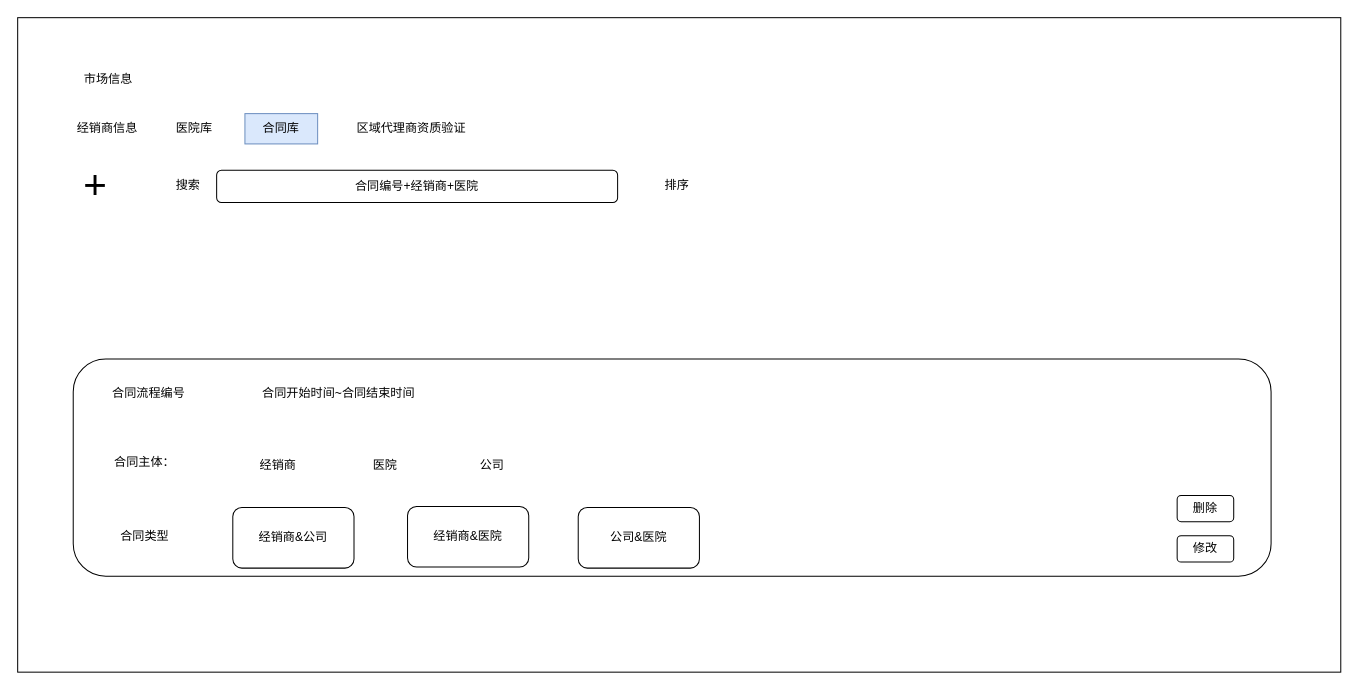
Before: page "合同库" (3 of 6) of 泰加市场.drawio in cangwang/news, a draw.io diagram. Source tidied: cells renumbered, new cells numbered last; positions are measured from the earlier drawing's top-left corner, leaving out a move shared by most shapes. Both pictures are drawn from the tidied source at 101%, with x=0, y=0 at pixel (17, 17).
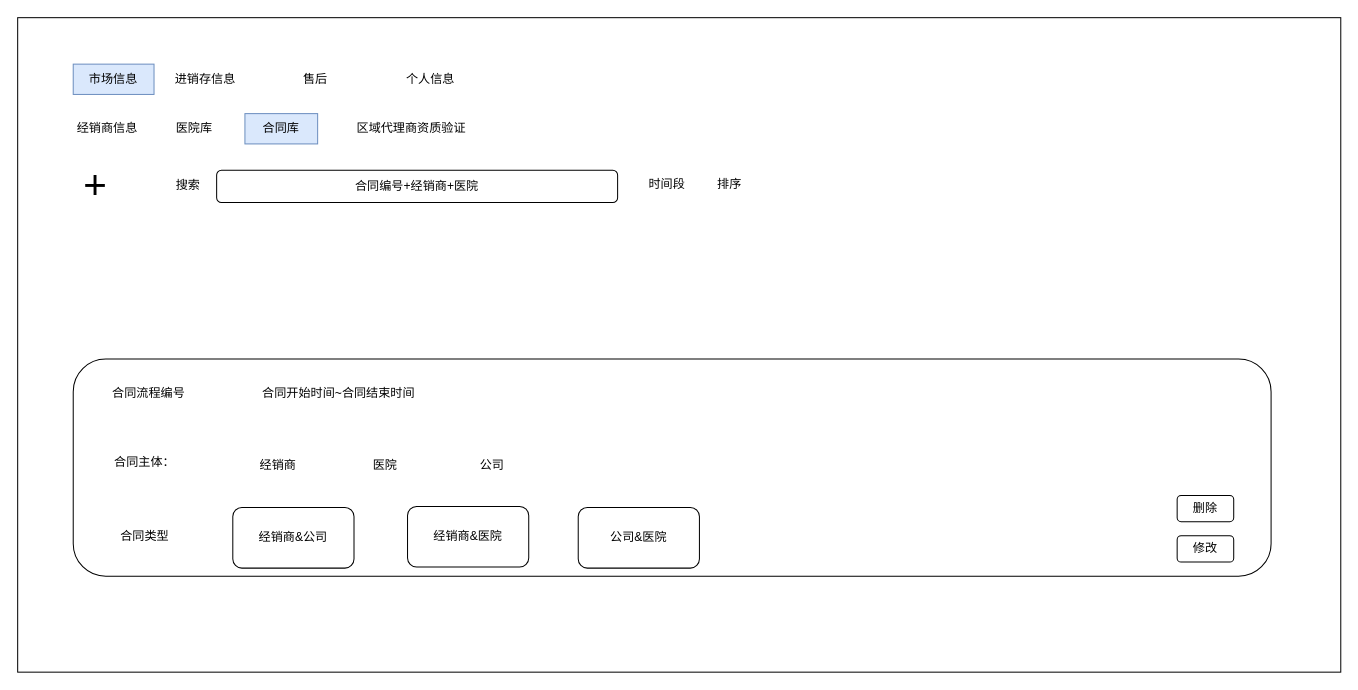
The same page after the edit.

The edit, as a diff of the source:
```diff
@@
-    <mxCell id="3" value="市场信息" style="text;html=1;strokeColor=none;fillColor=none;align=center;verticalAlign=middle;whiteSpace=wrap;rounded=0;" parent="1" vertex="1">
-      <mxGeometry x="50" y="46" width="80" height="30" as="geometry" />
-    </mxCell>
@@
     <mxCell id="24" value="排序" style="text;html=1;strokeColor=none;fillColor=none;align=center;verticalAlign=middle;whiteSpace=wrap;rounded=0;fontSize=12;" parent="1" vertex="1">
-      <mxGeometry x="623" y="151" width="60" height="30" as="geometry" />
+      <mxGeometry x="675" y="150" width="60" height="30" as="geometry" />
     </mxCell>
+    <mxCell id="3" value="市场信息" style="text;html=1;strokeColor=#6c8ebf;fillColor=#dae8fc;align=center;verticalAlign=middle;whiteSpace=wrap;rounded=0;" parent="1" vertex="1">
+      <mxGeometry x="55" y="46" width="80" height="30" as="geometry" />
+    </mxCell>
+    <mxCell id="25" value="进销存信息" style="text;html=1;align=center;verticalAlign=middle;whiteSpace=wrap;rounded=0;" parent="1" vertex="1">
+      <mxGeometry x="146" y="46" width="80" height="30" as="geometry" />
+    </mxCell>
+    <mxCell id="26" value="售后" style="text;html=1;strokeColor=none;fillColor=none;align=center;verticalAlign=middle;whiteSpace=wrap;rounded=0;" parent="1" vertex="1">
+      <mxGeometry x="255" y="46" width="80" height="30" as="geometry" />
+    </mxCell>
+    <mxCell id="27" value="个人信息" style="text;html=1;strokeColor=none;fillColor=none;align=center;verticalAlign=middle;whiteSpace=wrap;rounded=0;" parent="1" vertex="1">
+      <mxGeometry x="369" y="46" width="80" height="30" as="geometry" />
+    </mxCell>
+    <mxCell id="28" value="时间段" style="text;html=1;strokeColor=none;fillColor=none;align=center;verticalAlign=middle;whiteSpace=wrap;rounded=0;fontSize=12;" parent="1" vertex="1">
+      <mxGeometry x="613" y="150" width="60" height="30" as="geometry" />
+    </mxCell>
```
